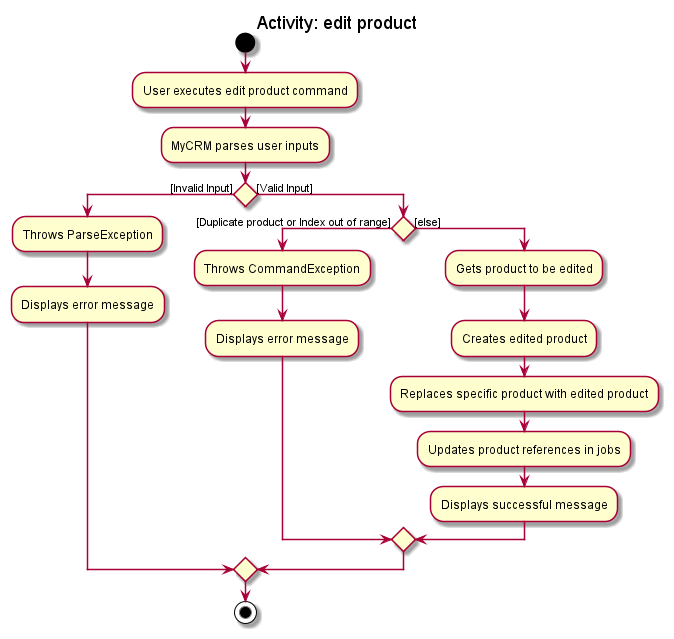
Earlier version of the PlantUML export docs/images/product/EditProductActivityDiagram.png (ooawagaeri/tp).
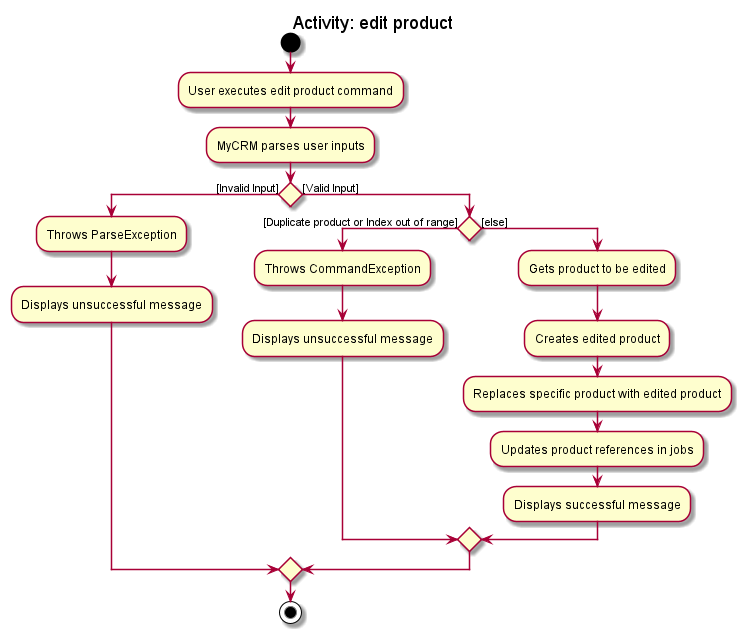
After the commit.

The edit, as a diff of the source:
```diff
@@ -5,11 +5,11 @@
 :MyCRM parses user inputs;
 if () then ([Invalid Input])
     :Throws ParseException;
-    :Displays error message;
+    :Displays unsuccessful message;
 else ([Valid Input])
 if () then ([Duplicate product or Index out of range])
     :Throws CommandException;
-    :Displays error message;
+    :Displays unsuccessful message;
 else ([else])
     :Gets product to be edited;
     :Creates edited product;
```
